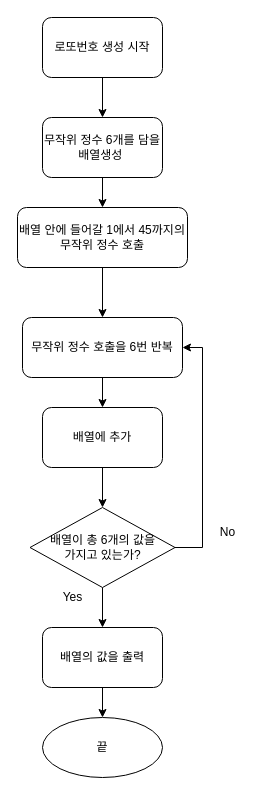
Above: LottoFlow.drawio in yagom-academy/swift-starter-Round2 (draw.io), before the change. Source tidied: cells renumbered, new cells numbered last; positions are measured from the earlier drawing's top-left corner, leaving out a move shared by most shapes. Both pictures are drawn from the tidied source at 100%, with x=0, y=0 at pixel (17, 17).
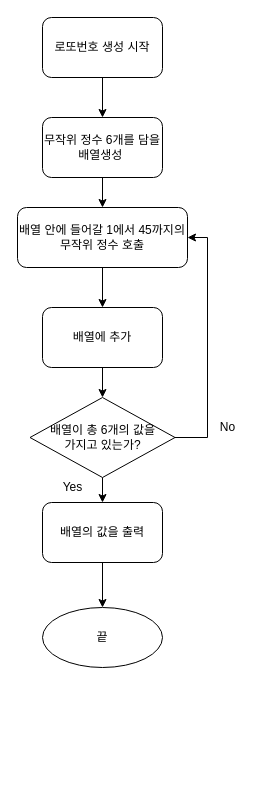
The same page after the edit.

Commit message (it also covers changes not shown here):
Docs: fix code flow

-

Unchanged cells that the change refers to:
```xml
<mxCell id="7" value="배열 안에 들어갈 1에서 45까지의 무작위 정수 호출" style="rounded=1;whiteSpace=wrap;html=1;" parent="1" vertex="1">
  <mxGeometry y="190" width="170" height="60" as="geometry" />
</mxCell>
```

Diff of the diagram source:
```diff
@@
-    <mxCell id="6" style="edgeStyle=orthogonalEdgeStyle;rounded=0;jettySize=auto;html=1;" parent="1" edge="1" source="7" target="15">
-      <mxGeometry relative="1" as="geometry" />
-    </mxCell>
+    <mxCell id="20" style="edgeStyle=orthogonalEdgeStyle;rounded=0;jettySize=auto;html=1;" parent="1" edge="1" source="7" target="19">
+      <mxGeometry relative="1" as="geometry" />
+    </mxCell>
@@
-    <mxCell id="9" style="edgeStyle=orthogonalEdgeStyle;rounded=0;jettySize=auto;html=1;entryX=1;entryY=0.5;entryDx=0;entryDy=0;" parent="1" edge="1" source="10" target="15">
-      <mxGeometry relative="1" as="geometry">
-        <Array as="points">
-          <mxPoint x="185" y="530" />
-          <mxPoint x="185" y="330" />
-        </Array>
-      </mxGeometry>
-    </mxCell>
+    <mxCell id="21" style="edgeStyle=orthogonalEdgeStyle;rounded=0;jettySize=auto;html=1;entryX=1;entryY=0.5;entryDx=0;entryDy=0;" parent="1" edge="1" source="10" target="7">
+      <mxGeometry relative="1" as="geometry">
+        <Array as="points">
+          <mxPoint x="190" y="420" />
+          <mxPoint x="190" y="220" />
+        </Array>
+      </mxGeometry>
+    </mxCell>
     <mxCell id="10" value="배열이 총 6개의 값을&lt;br&gt;가지고 있는가?" style="rhombus;whiteSpace=wrap;html=1;" parent="1" vertex="1">
-      <mxGeometry x="12.5" y="490" width="145" height="80" as="geometry" />
+      <mxGeometry x="12.5" y="380" width="145" height="80" as="geometry" />
     </mxCell>
     <mxCell id="11" value="끝" style="ellipse;whiteSpace=wrap;html=1;" parent="1" vertex="1">
-      <mxGeometry x="25" y="700" width="120" height="60" as="geometry" />
+      <mxGeometry x="25" y="590" width="120" height="60" as="geometry" />
     </mxCell>
     <mxCell id="12" value="Yes" style="text;html=1;align=center;verticalAlign=middle;strokeColor=none;fillColor=none;" parent="1" vertex="1">
-      <mxGeometry x="35" y="570" width="40" height="20" as="geometry" />
+      <mxGeometry x="35" y="460" width="40" height="20" as="geometry" />
     </mxCell>
     <mxCell id="13" value="No" style="text;html=1;align=center;verticalAlign=middle;strokeColor=none;fillColor=none;" parent="1" vertex="1">
-      <mxGeometry x="195" y="505" width="30" height="20" as="geometry" />
+      <mxGeometry x="195" y="400" width="30" height="20" as="geometry" />
     </mxCell>
-    <mxCell id="14" style="edgeStyle=orthogonalEdgeStyle;rounded=0;jettySize=auto;html=1;" parent="1" edge="1" source="15" target="19">
-      <mxGeometry relative="1" as="geometry" />
-    </mxCell>
-    <mxCell id="15" value="무작위 정수 호출을 6번 반복" style="rounded=1;whiteSpace=wrap;html=1;" parent="1" vertex="1">
-      <mxGeometry x="5" y="300" width="160" height="60" as="geometry" />
-    </mxCell>
@@
     <mxCell id="17" value="배열의 값을 출력" style="rounded=1;whiteSpace=wrap;html=1;" parent="1" vertex="1">
-      <mxGeometry x="25" y="610" width="120" height="60" as="geometry" />
+      <mxGeometry x="25" y="485" width="120" height="60" as="geometry" />
     </mxCell>
@@
     <mxCell id="19" value="배열에 추가" style="rounded=1;whiteSpace=wrap;html=1;" parent="1" vertex="1">
-      <mxGeometry x="25" y="390" width="120" height="60" as="geometry" />
+      <mxGeometry x="25" y="290" width="120" height="60" as="geometry" />
     </mxCell>
```
